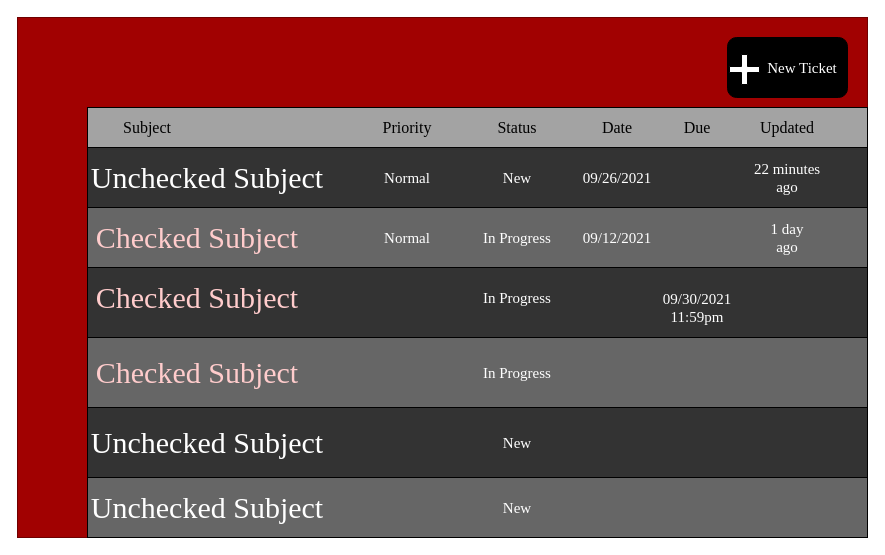
Above: Untitled Diagram.drawio in AlexT0701/HashRen-Manage (draw.io), before the change. Source tidied: cells renumbered, new cells numbered last; positions are measured from the earlier drawing's top-left corner, leaving out a move shared by most shapes. Both pictures are drawn from the tidied source at 100%, with x=0, y=0 at pixel (17, 17).
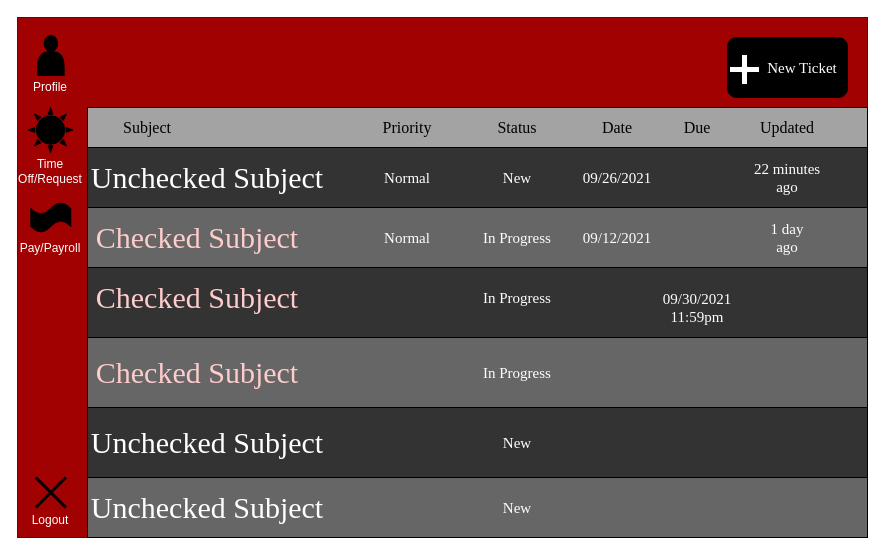
After the change.

Commit message:
HR Ticket Example Sketch

Diff of the diagram source:
```diff
@@
+    <mxCell id="39" style="shape=actor;whiteSpace=wrap;html=1;fillColor=#000000;" parent="1" vertex="1">
+      <mxGeometry x="20" y="18" width="26.7" height="40" as="geometry" />
+    </mxCell>
+    <mxCell id="40" value="Profile" style="text;html=1;strokeColor=none;fillColor=none;align=center;verticalAlign=middle;whiteSpace=wrap;rounded=0;fontColor=#FFFFFF;" parent="1" vertex="1">
+      <mxGeometry x="13.3" y="60" width="40" height="20" as="geometry" />
+    </mxCell>
+    <mxCell id="41" style="shape=umlDestroy;whiteSpace=wrap;html=1;strokeWidth=3;fontColor=#FFFFFF;fillColor=#000000;" parent="1" vertex="1">
+      <mxGeometry x="18.3" y="460" width="30" height="30" as="geometry" />
+    </mxCell>
+    <mxCell id="42" value="Logout" style="text;html=1;strokeColor=none;fillColor=none;align=center;verticalAlign=middle;whiteSpace=wrap;rounded=0;fontColor=#FFFFFF;" parent="1" vertex="1">
+      <mxGeometry x="13" y="493" width="40" height="20" as="geometry" />
+    </mxCell>
+    <mxCell id="43" style="verticalLabelPosition=bottom;verticalAlign=top;html=1;shape=mxgraph.basic.sun;fontColor=#FFFFFF;fillColor=#000000;" parent="1" vertex="1">
+      <mxGeometry x="10.5" y="90" width="45" height="45" as="geometry" />
+    </mxCell>
+    <mxCell id="44" value="Time Off/Request" style="text;html=1;strokeColor=none;fillColor=none;align=center;verticalAlign=middle;whiteSpace=wrap;rounded=0;fontColor=#FFFFFF;" parent="1" vertex="1">
+      <mxGeometry x="13" y="134" width="40" height="40" as="geometry" />
+    </mxCell>
+    <mxCell id="45" style="shape=tape;whiteSpace=wrap;html=1;fontColor=#FFFFFF;fillColor=#000000;" parent="1" vertex="1">
+      <mxGeometry x="13.3" y="185" width="40" height="30" as="geometry" />
+    </mxCell>
+    <mxCell id="46" value="Pay/Payroll" style="text;html=1;strokeColor=none;fillColor=none;align=center;verticalAlign=middle;whiteSpace=wrap;rounded=0;fontColor=#FFFFFF;" parent="1" vertex="1">
+      <mxGeometry x="13.3" y="216" width="40" height="30" as="geometry" />
+    </mxCell>
```
